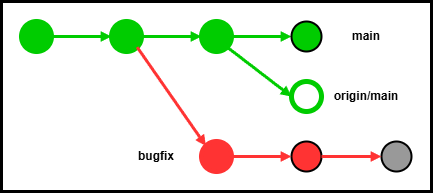
Above: images/contributing/explanation.png in yuukougun/procon-sandbox (draw.io), before the change. Source tidied: cells renumbered, new cells last; positions are measured from the earlier drawing's top-left corner, leaving out a move shared by most shapes. Its diagram source:
```xml
<mxGraphModel>
  <root>
    <mxCell id="0" />
    <mxCell id="1" parent="0" />
    <mxCell id="2" style="rounded=0;whiteSpace=wrap;html=1;strokeWidth=3;" parent="1" vertex="1">
      <mxGeometry width="430" height="190" as="geometry" />
    </mxCell>
    <mxCell id="3" style="endArrow=block;html=1;strokeColor=#00CC00;endFill=1;strokeWidth=3;endSize=3;entryX=0;entryY=0.5;entryDx=0;entryDy=0;exitX=1;exitY=0.5;exitDx=0;exitDy=0;" parent="1" edge="1" source="5" target="4">
      <mxGeometry relative="1" as="geometry" />
    </mxCell>
    <mxCell id="4" style="ellipse;whiteSpace=wrap;html=1;strokeWidth=5;strokeColor=#00CC00;fillColor=#00CC00;perimeterSpacing=0;fillStyle=auto;shadow=0;fontColor=#ffffff;" parent="1" vertex="1">
      <mxGeometry x="110" y="20" width="30" height="30" as="geometry" />
    </mxCell>
    <mxCell id="5" style="ellipse;whiteSpace=wrap;html=1;strokeWidth=5;strokeColor=#00CC00;fillColor=#00CC00;perimeterSpacing=0;fillStyle=auto;shadow=0;fontColor=#ffffff;" parent="1" vertex="1">
      <mxGeometry x="20" y="20" width="30" height="30" as="geometry" />
    </mxCell>
    <mxCell id="6" style="ellipse;whiteSpace=wrap;html=1;strokeWidth=5;strokeColor=#00CC00;fillColor=#00CC00;perimeterSpacing=0;fillStyle=auto;shadow=0;fontColor=#ffffff;" parent="1" vertex="1">
      <mxGeometry x="200" y="20" width="30" height="30" as="geometry" />
    </mxCell>
    <mxCell id="7" style="endArrow=block;html=1;strokeColor=#00CC00;endFill=1;strokeWidth=3;endSize=3;exitX=1;exitY=0.5;exitDx=0;exitDy=0;entryX=0;entryY=0.5;entryDx=0;entryDy=0;" parent="1" edge="1" source="4" target="6">
      <mxGeometry relative="1" as="geometry" />
    </mxCell>
    <mxCell id="8" style="endArrow=block;html=1;strokeColor=#00CC00;endFill=1;strokeWidth=3;endSize=3;exitX=1;exitY=0.5;exitDx=0;exitDy=0;entryX=0;entryY=0.5;entryDx=0;entryDy=0;" parent="1" edge="1" source="6" target="9">
      <mxGeometry relative="1" as="geometry" />
    </mxCell>
    <mxCell id="9" style="ellipse;whiteSpace=wrap;html=1;strokeWidth=2;strokeColor=default;fillColor=#00CC00;perimeterSpacing=0;fillStyle=auto;shadow=0;fontColor=#ffffff;" parent="1" vertex="1">
      <mxGeometry x="290" y="20" width="30" height="30" as="geometry" />
    </mxCell>
    <mxCell id="10" style="ellipse;whiteSpace=wrap;html=1;strokeWidth=5;strokeColor=#00CC00;fillColor=#FFFFFF;perimeterSpacing=0;fillStyle=auto;shadow=0;fontColor=#ffffff;" parent="1" vertex="1">
      <mxGeometry x="290" y="80" width="30" height="30" as="geometry" />
    </mxCell>
    <mxCell id="11" style="endArrow=block;html=1;strokeColor=#00CC00;endFill=1;strokeWidth=3;endSize=3;exitX=1;exitY=1;exitDx=0;exitDy=0;entryX=0;entryY=0.5;entryDx=0;entryDy=0;" parent="1" edge="1" source="6" target="10">
      <mxGeometry relative="1" as="geometry" />
    </mxCell>
    <mxCell id="12" style="ellipse;whiteSpace=wrap;html=1;strokeWidth=5;strokeColor=#FF3333;fillColor=#FF3333;perimeterSpacing=0;fillStyle=auto;shadow=0;fontColor=#ffffff;" parent="1" vertex="1">
      <mxGeometry x="200" y="140" width="30" height="30" as="geometry" />
    </mxCell>
    <mxCell id="13" style="endArrow=block;html=1;strokeColor=#FF3333;endFill=1;strokeWidth=3;endSize=3;entryX=0;entryY=0;entryDx=0;entryDy=0;exitX=1;exitY=1;exitDx=0;exitDy=0;" parent="1" edge="1" source="4" target="12">
      <mxGeometry relative="1" as="geometry" />
    </mxCell>
    <mxCell id="14" style="ellipse;whiteSpace=wrap;html=1;strokeWidth=2;strokeColor=#000000;fillColor=#FF3333;perimeterSpacing=0;fillStyle=auto;shadow=0;fontColor=#ffffff;" parent="1" vertex="1">
      <mxGeometry x="290" y="140" width="30" height="30" as="geometry" />
    </mxCell>
    <mxCell id="15" style="endArrow=block;html=1;strokeColor=#FF3333;endFill=1;strokeWidth=3;endSize=3;entryX=0;entryY=0.5;entryDx=0;entryDy=0;exitX=1;exitY=0.5;exitDx=0;exitDy=0;" parent="1" edge="1" source="12" target="14">
      <mxGeometry relative="1" as="geometry" />
    </mxCell>
    <mxCell id="16" style="ellipse;whiteSpace=wrap;html=1;strokeWidth=2;strokeColor=#000000;fillColor=#999999;perimeterSpacing=0;fillStyle=auto;shadow=0;fontColor=#ffffff;" parent="1" vertex="1">
      <mxGeometry x="380" y="140" width="30" height="30" as="geometry" />
    </mxCell>
    <mxCell id="17" style="endArrow=block;html=1;strokeColor=#FF3333;endFill=1;strokeWidth=3;endSize=3;entryX=0;entryY=0.5;entryDx=0;entryDy=0;exitX=1;exitY=0.5;exitDx=0;exitDy=0;" parent="1" edge="1" source="14" target="16">
      <mxGeometry relative="1" as="geometry" />
    </mxCell>
    <mxCell id="18" value="main" style="text;strokeColor=none;fillColor=none;align=center;verticalAlign=middle;spacingLeft=4;spacingRight=4;overflow=hidden;whiteSpace=wrap;html=1;fontStyle=1;" parent="1" vertex="1">
      <mxGeometry x="320" y="20" width="90" height="30" as="geometry" />
    </mxCell>
    <mxCell id="19" value="origin/main" style="text;strokeColor=none;fillColor=none;align=center;verticalAlign=middle;spacingLeft=4;spacingRight=4;overflow=hidden;whiteSpace=wrap;html=1;fontStyle=1;" parent="1" vertex="1">
      <mxGeometry x="320" y="80" width="90" height="30" as="geometry" />
    </mxCell>
    <mxCell id="20" value="bugfix" style="text;strokeColor=none;fillColor=none;align=center;verticalAlign=middle;spacingLeft=4;spacingRight=4;overflow=hidden;whiteSpace=wrap;html=1;fontStyle=1;" parent="1" vertex="1">
      <mxGeometry x="110" y="140" width="90" height="30" as="geometry" />
    </mxCell>
  </root>
</mxGraphModel>
```
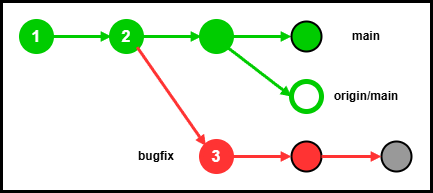
The same diagram one commit later.

Change to the diagram source:
```diff
@@ -8,10 +8,10 @@
     <mxCell id="3" style="endArrow=block;html=1;strokeColor=#00CC00;endFill=1;strokeWidth=3;endSize=3;entryX=0;entryY=0.5;entryDx=0;entryDy=0;exitX=1;exitY=0.5;exitDx=0;exitDy=0;" parent="1" edge="1" source="5" target="4">
       <mxGeometry relative="1" as="geometry" />
     </mxCell>
-    <mxCell id="4" style="ellipse;whiteSpace=wrap;html=1;strokeWidth=5;strokeColor=#00CC00;fillColor=#00CC00;perimeterSpacing=0;fillStyle=auto;shadow=0;fontColor=#ffffff;" parent="1" vertex="1">
+    <mxCell id="4" value="2" style="ellipse;whiteSpace=wrap;html=1;strokeWidth=5;strokeColor=#00CC00;fillColor=#00CC00;perimeterSpacing=0;fillStyle=auto;shadow=0;fontColor=#FFFFFF;fontStyle=1;fontSize=16;" parent="1" vertex="1">
       <mxGeometry x="110" y="20" width="30" height="30" as="geometry" />
     </mxCell>
-    <mxCell id="5" style="ellipse;whiteSpace=wrap;html=1;strokeWidth=5;strokeColor=#00CC00;fillColor=#00CC00;perimeterSpacing=0;fillStyle=auto;shadow=0;fontColor=#ffffff;" parent="1" vertex="1">
+    <mxCell id="5" value="&lt;b&gt;&lt;font style=&quot;color: rgb(255, 255, 255); font-size: 16px;&quot;&gt;1&lt;/font&gt;&lt;/b&gt;" style="ellipse;whiteSpace=wrap;html=1;strokeWidth=5;strokeColor=#00CC00;fillColor=#00CC00;perimeterSpacing=0;fillStyle=auto;shadow=0;fontColor=#ffffff;" parent="1" vertex="1">
       <mxGeometry x="20" y="20" width="30" height="30" as="geometry" />
     </mxCell>
     <mxCell id="6" style="ellipse;whiteSpace=wrap;html=1;strokeWidth=5;strokeColor=#00CC00;fillColor=#00CC00;perimeterSpacing=0;fillStyle=auto;shadow=0;fontColor=#ffffff;" parent="1" vertex="1">
@@ -32,7 +32,7 @@
     <mxCell id="11" style="endArrow=block;html=1;strokeColor=#00CC00;endFill=1;strokeWidth=3;endSize=3;exitX=1;exitY=1;exitDx=0;exitDy=0;entryX=0;entryY=0.5;entryDx=0;entryDy=0;" parent="1" edge="1" source="6" target="10">
       <mxGeometry relative="1" as="geometry" />
     </mxCell>
-    <mxCell id="12" style="ellipse;whiteSpace=wrap;html=1;strokeWidth=5;strokeColor=#FF3333;fillColor=#FF3333;perimeterSpacing=0;fillStyle=auto;shadow=0;fontColor=#ffffff;" parent="1" vertex="1">
+    <mxCell id="12" value="3" style="ellipse;whiteSpace=wrap;html=1;strokeWidth=5;strokeColor=#FF3333;fillColor=#FF3333;perimeterSpacing=0;fillStyle=auto;shadow=0;fontColor=#ffffff;fontStyle=1;fontSize=16;" parent="1" vertex="1">
       <mxGeometry x="200" y="140" width="30" height="30" as="geometry" />
     </mxCell>
     <mxCell id="13" style="endArrow=block;html=1;strokeColor=#FF3333;endFill=1;strokeWidth=3;endSize=3;entryX=0;entryY=0;entryDx=0;entryDy=0;exitX=1;exitY=1;exitDx=0;exitDy=0;" parent="1" edge="1" source="4" target="12">
```
